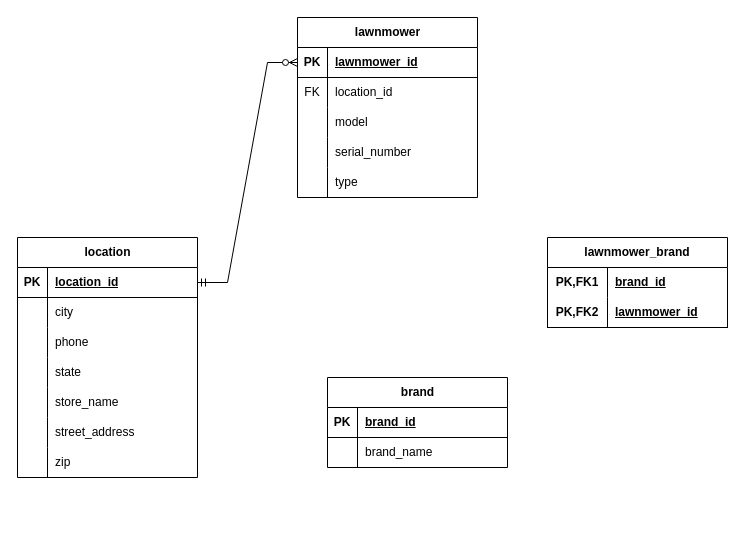
monei32/Final-Project- keeps this draw.io diagram as Small Engine Store .drawio. Above is the earlier version. Source tidied: cells renumbered, new cells numbered last; positions are measured from the earlier drawing's top-left corner, leaving out a move shared by most shapes. Both pictures are drawn from the tidied source at 100%, with x=0, y=0 at pixel (17, 17).
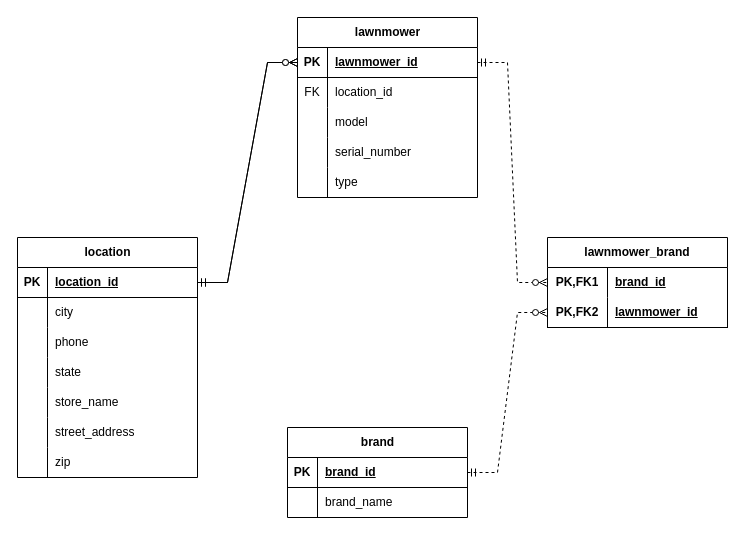
After the change.

Unchanged cells that the change refers to:
```xml
<mxCell id="25" style="shape=tableRow;horizontal=0;startSize=0;swimlaneHead=0;swimlaneBody=0;fillColor=none;points=[[0,0.5],[1,0.5]];portConstraint=eastwest;top=0;left=0;right=0;bottom=1;" parent="24" vertex="1">
  <mxGeometry y="30" width="180" height="30" as="geometry" />
</mxCell>
<mxCell id="41" style="shape=tableRow;horizontal=0;startSize=0;swimlaneHead=0;swimlaneBody=0;fillColor=none;points=[[0,0.5],[1,0.5]];portConstraint=eastwest;top=0;left=0;right=0;bottom=1;" parent="40" vertex="1">
  <mxGeometry y="30" width="180" height="30" as="geometry" />
</mxCell>
<mxCell id="48" style="shape=tableRow;horizontal=0;startSize=0;swimlaneHead=0;swimlaneBody=0;fillColor=none;points=[[0,0.5],[1,0.5]];portConstraint=eastwest;top=0;left=0;right=0;bottom=0;html=1;" parent="47" vertex="1">
  <mxGeometry y="30" width="180" height="30" as="geometry" />
</mxCell>
<mxCell id="51" style="shape=tableRow;horizontal=0;startSize=0;swimlaneHead=0;swimlaneBody=0;fillColor=none;points=[[0,0.5],[1,0.5]];portConstraint=eastwest;top=0;left=0;right=0;bottom=1;html=1;" parent="47" vertex="1">
  <mxGeometry y="60" width="180" height="30" as="geometry" />
</mxCell>
```

The edit, as a diff of the source:
```diff
@@
     <mxCell id="40" value="brand" style="shape=table;startSize=30;childLayout=tableLayout;rowLines=0;fontStyle=1;align=center;html=1;" parent="1" vertex="1">
-      <mxGeometry x="310" y="360" width="180" height="90" as="geometry" />
+      <mxGeometry x="270" y="410" width="180" height="90" as="geometry" />
     </mxCell>
@@
+    <mxCell id="55" style="edgeStyle=entityRelationEdgeStyle;fontSize=12;html=1;endArrow=ERzeroToMany;endFill=1;rounded=0;startArrow=ERmandOne;startFill=0;exitX=1;exitY=0.5;exitDx=0;exitDy=0;" parent="1" edge="1">
+      <mxGeometry relative="1" as="geometry">
+        <mxPoint x="180" y="265" as="sourcePoint" />
+        <mxPoint x="280" y="45" as="targetPoint" />
+      </mxGeometry>
+    </mxCell>
+    <mxCell id="56" style="edgeStyle=entityRelationEdgeStyle;fontSize=12;html=1;endArrow=ERzeroToMany;endFill=1;rounded=0;startArrow=ERmandOne;startFill=0;exitX=1;exitY=0.5;exitDx=0;exitDy=0;entryX=0;entryY=0.5;entryDx=0;entryDy=0;dashed=1;" parent="1" edge="1" source="25" target="48">
+      <mxGeometry relative="1" as="geometry" />
+    </mxCell>
+    <mxCell id="57" style="edgeStyle=entityRelationEdgeStyle;fontSize=12;html=1;endArrow=ERzeroToMany;endFill=1;rounded=0;startArrow=ERmandOne;startFill=0;exitX=1;exitY=0.5;exitDx=0;exitDy=0;entryX=0;entryY=0.5;entryDx=0;entryDy=0;dashed=1;" parent="1" edge="1" source="41" target="51">
+      <mxGeometry relative="1" as="geometry" />
+    </mxCell>
```
